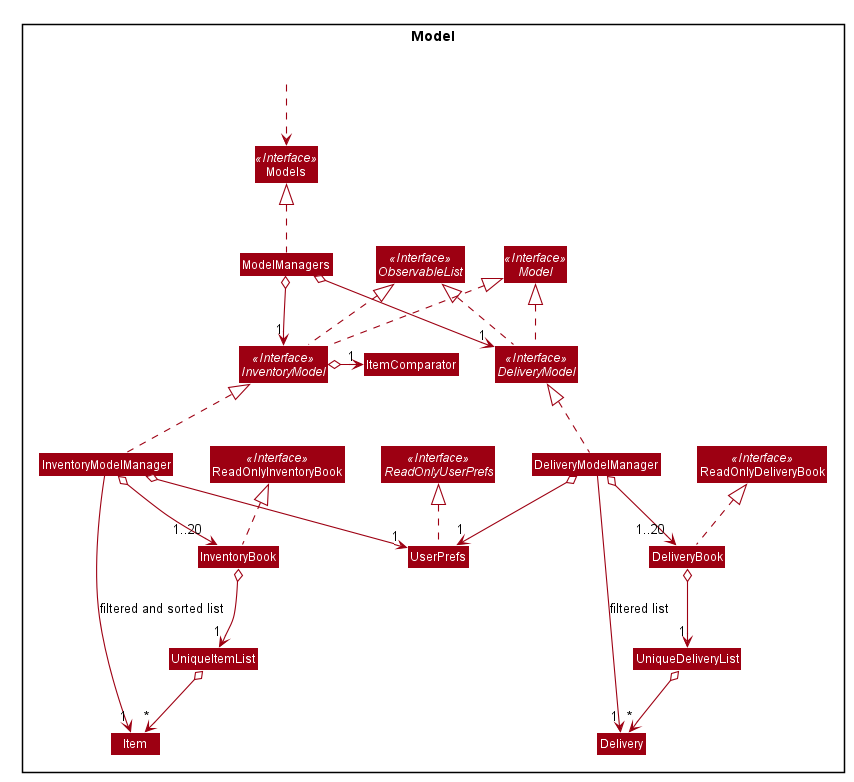
nus-cs2103-AY2021S1/tp keeps this PlantUML diagram as docs/images/ModelClassDiagram.png. Above is the earlier version.
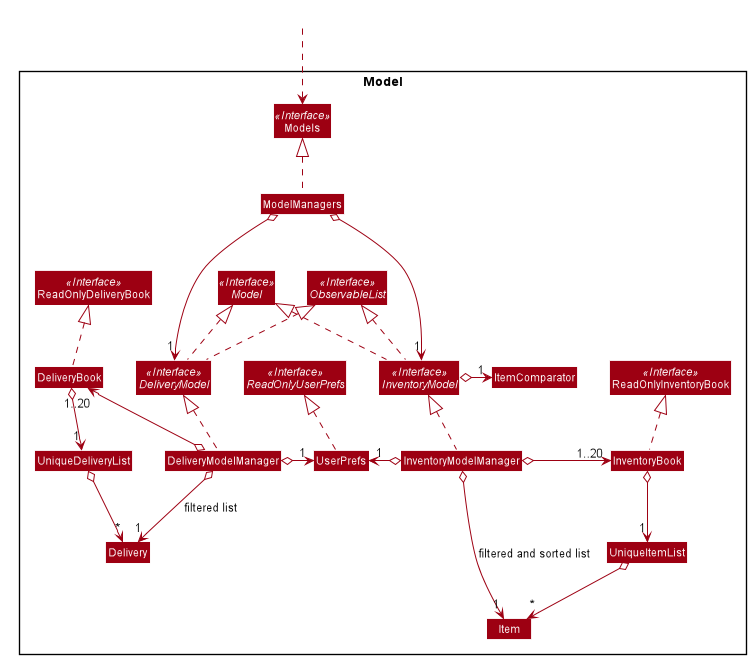
The same diagram one commit later.

Diff of the diagram source:
```diff
@@ -1,4 +1,5 @@
 @startuml
+
 
 
 
@@ -72,6 +73,9 @@
 Class ItemComparator
 Class UniqueItemList
 Class UniqueDeliveryList
+Class Item
+Class Delivery
+}
 
 Class HiddenOutside #FFFFFF
 HiddenOutside ..> Models
@@ -80,24 +84,24 @@
 InventoryBook .up.|> ReadOnlyInventoryBook
 
 ModelManagers .up.|> Models
-ModelManagers o--> "1" InventoryModel
-ModelManagers o--> "1" DeliveryModel
+ModelManagers o-down--> "1" InventoryModel
+ModelManagers o-down--> "1" DeliveryModel
 InventoryModelManager .up.|>InventoryModel
 DeliveryModelManager .up.|>DeliveryModel
 InventoryModel .up.|>Model
 DeliveryModel .up.|>Model
 InventoryModel .up.|>ObservableList
 DeliveryModel .up.|>ObservableList
-InventoryModelManager o--> "1..20" InventoryBook
-DeliveryModelManager o--> "1..20" DeliveryBook
-InventoryModelManager o--> "1" UserPrefs
-DeliveryModelManager o--> "1" UserPrefs
+InventoryModelManager o-right-> "1..20" InventoryBook
+DeliveryModelManager o-left-> "1..20" DeliveryBook
+InventoryModelManager o-left-> "1" UserPrefs
+DeliveryModelManager o-right-> "1" UserPrefs
 UserPrefs .up.|> ReadOnlyUserPrefs
 
 InventoryModel o-right-> "1" ItemComparator
 
-InventoryModelManager -->"1" Item : filtered and sorted list
-DeliveryModelManager -->"1" Delivery : filtered list
+InventoryModelManager o-->"1" Item : filtered and sorted list
+DeliveryModelManager o-->"1" Delivery : filtered list
 
 InventoryBook o--> "1" UniqueItemList
 DeliveryBook o--> "1" UniqueDeliveryList
```
